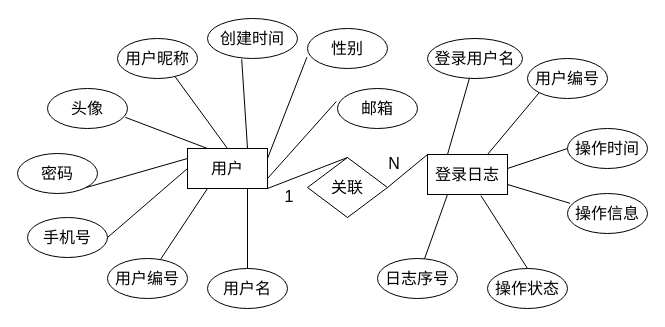
Above: 用户-日志.drawio in zhangruyi3906/img (draw.io), before the change. Source tidied: cells renumbered, new cells numbered last; positions are measured from the earlier drawing's top-left corner, leaving out a move shared by most shapes. Both pictures are drawn from the tidied source at 100%, with x=0, y=0 at pixel (17, 18).
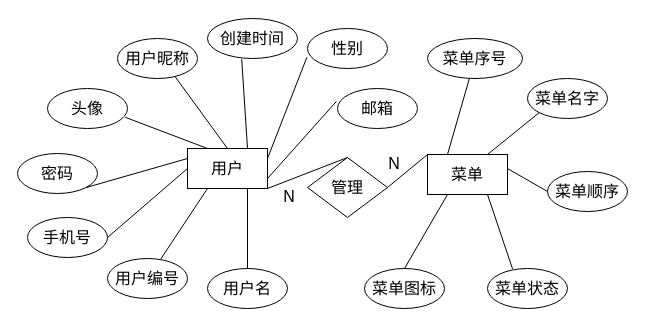
After the change.

Commit message (it also covers changes not shown here):
更新用户-日志.drawio

The edit, as a diff of the source:
```diff
@@
-    <mxCell id="2" value="&lt;font face=&quot;Helvetica&quot; style=&quot;font-size: 16px;&quot;&gt;登录日志&lt;/font&gt;" style="rounded=0;whiteSpace=wrap;html=1;" parent="1" vertex="1">
+    <mxCell id="2" value="&lt;span style=&quot;font-size: 16px;&quot;&gt;菜单&lt;/span&gt;" style="rounded=0;whiteSpace=wrap;html=1;" parent="1" vertex="1">
       <mxGeometry x="410" y="136" width="80" height="40" as="geometry" />
     </mxCell>
@@
-    <mxCell id="22" value="&lt;font style=&quot;font-size: 16px;&quot;&gt;关联&lt;/font&gt;" style="rhombus;whiteSpace=wrap;html=1;" parent="1" vertex="1">
+    <mxCell id="22" value="&lt;font style=&quot;font-size: 16px;&quot;&gt;管理&lt;/font&gt;" style="rhombus;whiteSpace=wrap;html=1;" parent="1" vertex="1">
       <mxGeometry x="290" y="139" width="80" height="60" as="geometry" />
     </mxCell>
@@
-    <mxCell id="25" value="&lt;p class=&quot;MsoNormal&quot;&gt;&lt;font face=&quot;Helvetica&quot; style=&quot;font-size: 16px;&quot;&gt;日志序号&lt;/font&gt;&lt;/p&gt;" style="ellipse;whiteSpace=wrap;html=1;" parent="1" vertex="1">
-      <mxGeometry x="360" y="240" width="80" height="40" as="geometry" />
-    </mxCell>
-    <mxCell id="26" value="&lt;p class=&quot;MsoNormal&quot;&gt;&lt;font face=&quot;Helvetica&quot; style=&quot;font-size: 16px;&quot;&gt;用户编号&lt;/font&gt;&lt;/p&gt;" style="ellipse;whiteSpace=wrap;html=1;" parent="1" vertex="1">
-      <mxGeometry x="510" y="40" width="80" height="40" as="geometry" />
+    <mxCell id="26" value="&lt;p class=&quot;MsoNormal&quot;&gt;&lt;span style=&quot;font-size: 16px;&quot;&gt;菜单名字&lt;/span&gt;&lt;/p&gt;" style="ellipse;whiteSpace=wrap;html=1;" parent="1" vertex="1">
+      <mxGeometry x="510" y="60" width="80" height="40" as="geometry" />
     </mxCell>
-    <mxCell id="27" value="&lt;p class=&quot;MsoNormal&quot;&gt;&lt;font face=&quot;Helvetica&quot; style=&quot;font-size: 16px;&quot;&gt;操作信息&lt;/font&gt;&lt;/p&gt;" style="ellipse;whiteSpace=wrap;html=1;" parent="1" vertex="1">
-      <mxGeometry x="550" y="175" width="80" height="40" as="geometry" />
+    <mxCell id="27" value="&lt;p class=&quot;MsoNormal&quot;&gt;&lt;span style=&quot;font-size: 16px;&quot;&gt;菜单状态&lt;/span&gt;&lt;/p&gt;" style="ellipse;whiteSpace=wrap;html=1;" parent="1" vertex="1">
+      <mxGeometry x="470" y="250" width="80" height="40" as="geometry" />
     </mxCell>
-    <mxCell id="28" value="&lt;p class=&quot;MsoNormal&quot;&gt;&lt;font face=&quot;Helvetica&quot; style=&quot;font-size: 16px;&quot;&gt;登录用户名&lt;/font&gt;&lt;/p&gt;" style="ellipse;whiteSpace=wrap;html=1;" parent="1" vertex="1">
+    <mxCell id="28" value="&lt;p class=&quot;MsoNormal&quot;&gt;&lt;span style=&quot;font-size: 16px;&quot;&gt;菜单序号&lt;/span&gt;&lt;/p&gt;" style="ellipse;whiteSpace=wrap;html=1;" parent="1" vertex="1">
       <mxGeometry x="410" y="20" width="95" height="40" as="geometry" />
     </mxCell>
-    <mxCell id="29" value="&lt;p class=&quot;MsoNormal&quot;&gt;&lt;font face=&quot;Helvetica&quot; style=&quot;font-size: 16px;&quot;&gt;操作时间&lt;/font&gt;&lt;/p&gt;" style="ellipse;whiteSpace=wrap;html=1;" parent="1" vertex="1">
-      <mxGeometry x="550" y="110" width="80" height="40" as="geometry" />
+    <mxCell id="29" value="&lt;p class=&quot;MsoNormal&quot;&gt;&lt;span style=&quot;font-size: 16px;&quot;&gt;菜单顺序&lt;/span&gt;&lt;/p&gt;" style="ellipse;whiteSpace=wrap;html=1;" parent="1" vertex="1">
+      <mxGeometry x="530" y="153" width="80" height="40" as="geometry" />
     </mxCell>
-    <mxCell id="30" value="&lt;p class=&quot;MsoNormal&quot;&gt;&lt;font face=&quot;Helvetica&quot; style=&quot;font-size: 16px;&quot;&gt;操作状态&lt;/font&gt;&lt;/p&gt;" style="ellipse;whiteSpace=wrap;html=1;" parent="1" vertex="1">
-      <mxGeometry x="470" y="250" width="80" height="40" as="geometry" />
+    <mxCell id="30" value="&lt;p class=&quot;MsoNormal&quot;&gt;&lt;span style=&quot;font-size: 16px;&quot;&gt;菜单图标&lt;/span&gt;&lt;/p&gt;" style="ellipse;whiteSpace=wrap;html=1;" parent="1" vertex="1">
+      <mxGeometry x="347" y="250" width="80" height="40" as="geometry" />
     </mxCell>
@@
-    <mxCell id="33" style="endArrow=none;html=1;rounded=0;entryX=1;entryY=0.75;entryDx=0;entryDy=0;exitX=0.032;exitY=0.245;exitDx=0;exitDy=0;exitPerimeter=0;" parent="1" edge="1" source="27" target="2">
+    <mxCell id="33" style="endArrow=none;html=1;rounded=0;entryX=0.75;entryY=1;entryDx=0;entryDy=0;exitX=0.313;exitY=0.01;exitDx=0;exitDy=0;exitPerimeter=0;" parent="1" edge="1" source="27" target="2">
       <mxGeometry relative="1" as="geometry" />
     </mxCell>
-    <mxCell id="34" style="endArrow=none;html=1;rounded=0;entryX=0.668;entryY=1.03;entryDx=0;entryDy=0;exitX=0.5;exitY=0;exitDx=0;exitDy=0;entryPerimeter=0;" parent="1" edge="1" source="30" target="2">
+    <mxCell id="34" style="endArrow=none;html=1;rounded=0;entryX=0.25;entryY=1;entryDx=0;entryDy=0;exitX=0.5;exitY=0;exitDx=0;exitDy=0;" parent="1" edge="1" source="30" target="2">
       <mxGeometry relative="1" as="geometry" />
     </mxCell>
@@
-    <mxCell id="36" style="endArrow=none;html=1;rounded=0;entryX=0.25;entryY=1;entryDx=0;entryDy=0;" parent="1" edge="1" source="25" target="2">
-      <mxGeometry relative="1" as="geometry" />
-    </mxCell>
-    <mxCell id="37" value="&lt;span style=&quot;font-size: 16px;&quot;&gt;1&lt;/span&gt;" style="text;html=1;align=center;verticalAlign=middle;whiteSpace=wrap;rounded=0;" parent="1" vertex="1">
+    <mxCell id="37" value="&lt;span style=&quot;font-size: 16px;&quot;&gt;N&lt;/span&gt;" style="text;html=1;align=center;verticalAlign=middle;whiteSpace=wrap;rounded=0;" parent="1" vertex="1">
       <mxGeometry x="242" y="163" width="60" height="30" as="geometry" />
     </mxCell>
```
